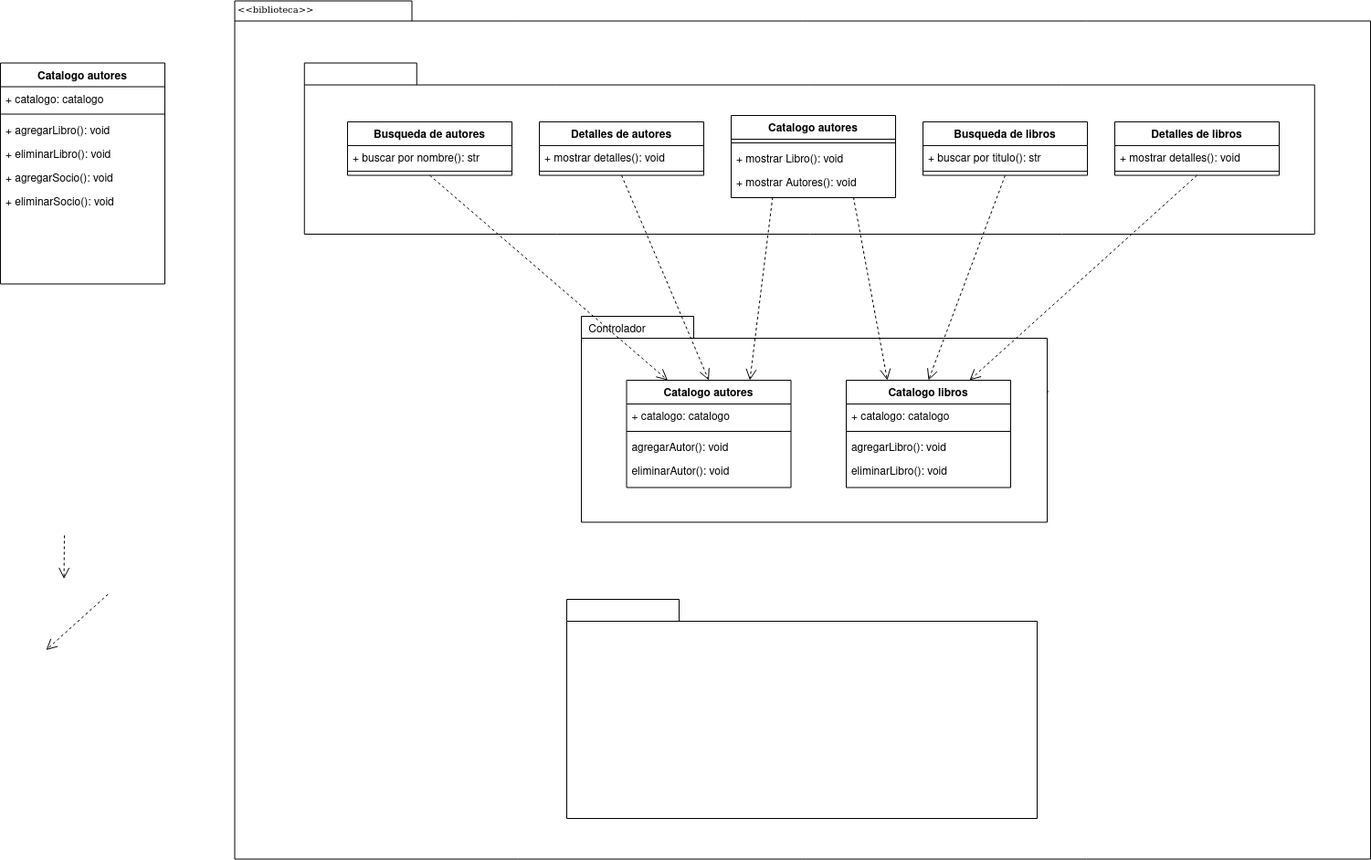
Before: diagramas/tarea2 (biblioteca)/diagrama_paquete_gestion_biblioteca.png, a diagram exported from draw.io (Chugani05/entorno_de_desarrollo). Source tidied: cells renumbered, new cells last; positions are measured from the earlier drawing's top-left corner, leaving out a move shared by most shapes.
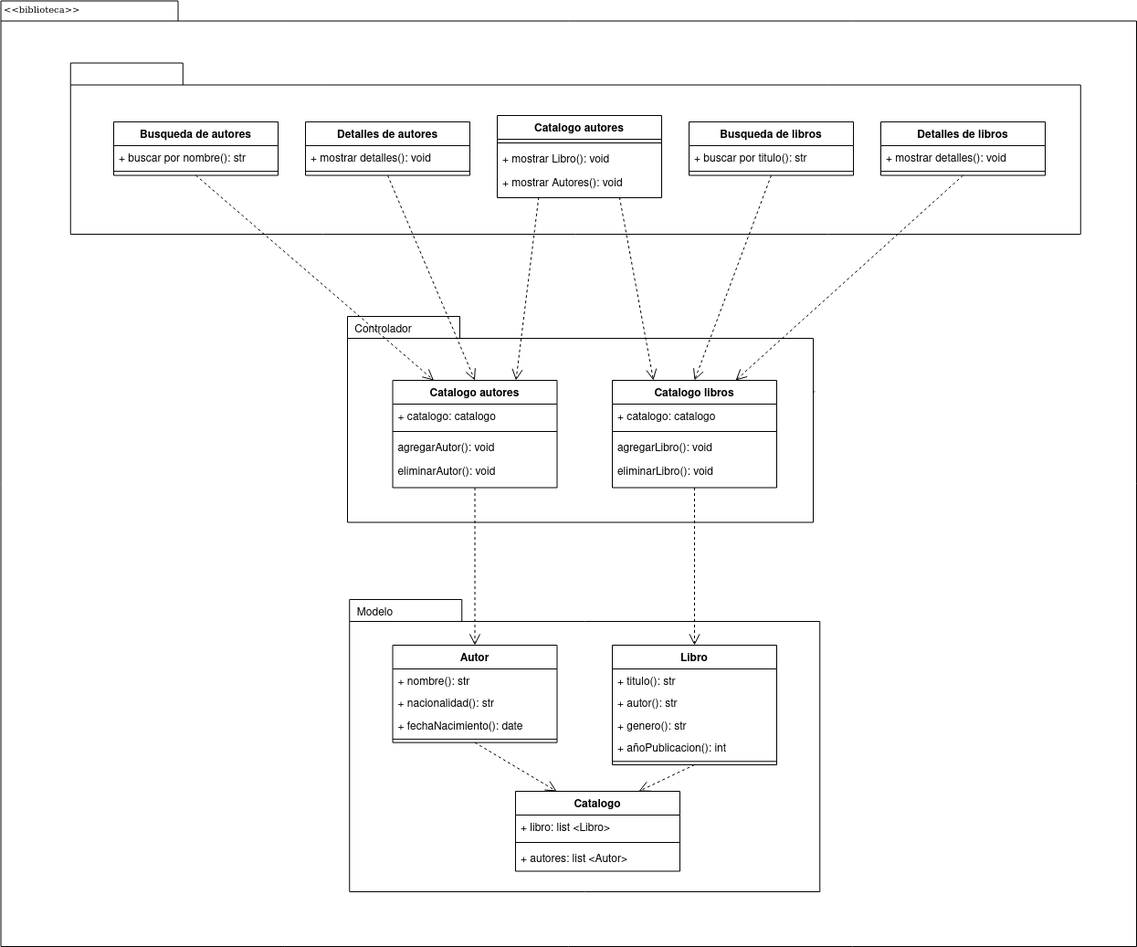
After the commit.

The edit, as a diff of the source:
```diff
@@ -3,7 +3,7 @@
     <mxCell id="0" />
     <mxCell id="1" parent="0" />
     <mxCell id="2" style="shape=folder;fontStyle=1;spacingTop=10;tabWidth=194;tabHeight=22;tabPosition=left;html=1;rounded=0;shadow=0;comic=0;labelBackgroundColor=none;strokeWidth=1;fillColor=none;fontFamily=Verdana;fontSize=10;align=center;" parent="1" vertex="1">
-      <mxGeometry x="256.5" y="0.5" width="1243.5" height="940" as="geometry" />
+      <mxGeometry x="256.5" y="0.5" width="1243.5" height="1035.5" as="geometry" />
     </mxCell>
     <mxCell id="3" style="group;" parent="1" vertex="1">
       <mxGeometry x="352.8" y="68.5" width="1086" height="187.5" as="geometry" />
@@ -48,20 +48,8 @@
       <mxGeometry y="50.4" width="180" height="7.5" as="geometry" />
     </mxCell>
     <mxCell id="17" style="shape=folder;fontStyle=1;spacingTop=10;tabWidth=123;tabHeight=24;tabPosition=left;html=1;rounded=0;shadow=0;comic=0;labelBackgroundColor=none;strokeColor=#000000;strokeWidth=1;fillColor=#ffffff;fontFamily=Verdana;fontSize=10;fontColor=#000000;align=center;" parent="1" vertex="1">
-      <mxGeometry x="620" y="656" width="515" height="240" as="geometry" />
+      <mxGeometry x="638.2" y="656" width="515" height="320" as="geometry" />
     </mxCell>
-    <mxCell id="18" style="edgeStyle=elbowEdgeStyle;rounded=0;html=1;entryX=0.559;entryY=0.251;entryPerimeter=0;dashed=1;labelBackgroundColor=none;startFill=0;endArrow=open;endFill=0;endSize=10;fontFamily=Verdana;fontSize=10;" parent="1" edge="1">
-      <mxGeometry relative="1" as="geometry">
-        <mxPoint x="70" y="586" as="sourcePoint" />
-        <mxPoint x="70.1" y="633.6" as="targetPoint" />
-      </mxGeometry>
-    </mxCell>
-    <mxCell id="19" style="edgeStyle=none;rounded=0;html=1;dashed=1;labelBackgroundColor=none;startFill=0;endArrow=open;endFill=0;endSize=10;fontFamily=Verdana;fontSize=10;entryX=1.013;entryY=0.444;entryPerimeter=0;" parent="1" edge="1">
-      <mxGeometry relative="1" as="geometry">
-        <mxPoint x="117.7" y="650.5" as="sourcePoint" />
-        <mxPoint x="50" y="711.5" as="targetPoint" />
-      </mxGeometry>
-    </mxCell>
     <mxCell id="20" style="edgeStyle=none;rounded=0;html=1;dashed=1;labelBackgroundColor=none;startFill=0;endArrow=open;endFill=0;endSize=10;fontFamily=Verdana;fontSize=10;exitX=1.003;exitY=0.363;exitPerimeter=0;" parent="1" edge="1" source="21">
       <mxGeometry relative="1" as="geometry">
         <mxPoint x="1035.5" y="548.4" as="targetPoint" />
@@ -88,27 +76,18 @@
     <mxCell id="27" value="eliminarAutor(): void" style="text;align=left;verticalAlign=top;spacingLeft=4;spacingRight=4;overflow=hidden;rounded=0;shadow=0;html=0;" parent="23" vertex="1">
       <mxGeometry y="86" width="180" height="26" as="geometry" />
     </mxCell>
-    <mxCell id="28" value="Catalogo autores" style="swimlane;fontStyle=1;align=center;verticalAlign=top;horizontal=1;startSize=26;rounded=0;shadow=0;strokeWidth=1;" parent="1" vertex="1">
-      <mxGeometry y="68.5" width="180" height="242" as="geometry" />
+    <mxCell id="28" value="Catalogo" style="swimlane;fontStyle=1;align=center;verticalAlign=top;horizontal=1;startSize=26;rounded=0;shadow=0;strokeWidth=1;" parent="1" vertex="1">
+      <mxGeometry x="820" y="866" width="180" height="87.5" as="geometry" />
     </mxCell>
-    <mxCell id="29" value="+ catalogo: catalogo" style="text;align=left;verticalAlign=top;spacingLeft=4;spacingRight=4;overflow=hidden;" parent="28" vertex="1">
+    <mxCell id="29" value="+ libro: list &lt;Libro&gt;" style="text;align=left;verticalAlign=top;spacingLeft=4;spacingRight=4;overflow=hidden;" parent="28" vertex="1">
       <mxGeometry y="26" width="180" height="26" as="geometry" />
     </mxCell>
     <mxCell id="30" style="line;html=1;strokeWidth=1;align=left;verticalAlign=middle;spacingTop=-1;spacingLeft=3;spacingRight=3;labelPosition=right;" parent="28" vertex="1">
       <mxGeometry y="52" width="180" height="8" as="geometry" />
     </mxCell>
-    <mxCell id="31" value="+ agregarLibro(): void" style="text;align=left;verticalAlign=top;spacingLeft=4;spacingRight=4;overflow=hidden;rounded=0;shadow=0;html=0;" parent="28" vertex="1">
+    <mxCell id="31" value="+ autores: list &lt;Autor&gt;" style="text;align=left;verticalAlign=top;spacingLeft=4;spacingRight=4;overflow=hidden;rounded=0;shadow=0;html=0;" parent="28" vertex="1">
       <mxGeometry y="60" width="180" height="26" as="geometry" />
     </mxCell>
-    <mxCell id="32" value="+ eliminarLibro(): void" style="text;align=left;verticalAlign=top;spacingLeft=4;spacingRight=4;overflow=hidden;rounded=0;shadow=0;html=0;" parent="28" vertex="1">
-      <mxGeometry y="86" width="180" height="26" as="geometry" />
-    </mxCell>
-    <mxCell id="33" value="+ agregarSocio(): void" style="text;align=left;verticalAlign=top;spacingLeft=4;spacingRight=4;overflow=hidden;rounded=0;shadow=0;html=0;" parent="28" vertex="1">
-      <mxGeometry y="112" width="180" height="26" as="geometry" />
-    </mxCell>
-    <mxCell id="34" value="+ eliminarSocio(): void" style="text;align=left;verticalAlign=top;spacingLeft=4;spacingRight=4;overflow=hidden;rounded=0;shadow=0;html=0;" parent="28" vertex="1">
-      <mxGeometry y="138" width="180" height="26" as="geometry" />
-    </mxCell>
     <mxCell id="35" value="Catalogo libros" style="swimlane;fontStyle=1;align=center;verticalAlign=top;horizontal=1;startSize=26;rounded=0;shadow=0;strokeWidth=1;" parent="1" vertex="1">
       <mxGeometry x="926" y="416" width="180" height="117.5" as="geometry" />
     </mxCell>
@@ -157,5 +136,53 @@
     <mxCell id="50" style="edgeStyle=none;rounded=0;html=1;dashed=1;labelBackgroundColor=none;startFill=0;endArrow=open;endFill=0;endSize=10;fontFamily=Verdana;fontSize=10;entryX=0.75;entryY=0;entryDx=0;entryDy=0;exitX=0.5;exitY=1;exitDx=0;exitDy=0;" parent="1" edge="1" source="14" target="35">
       <mxGeometry relative="1" as="geometry" />
     </mxCell>
+    <mxCell id="51" value="Autor&#10;" style="swimlane;fontStyle=1;align=center;verticalAlign=top;horizontal=1;startSize=26;rounded=0;shadow=0;strokeWidth=1;" parent="1" vertex="1">
+      <mxGeometry x="685.5" y="706" width="180" height="106.6" as="geometry" />
+    </mxCell>
+    <mxCell id="52" value="+ nombre(): str" style="text;align=left;verticalAlign=top;spacingLeft=4;spacingRight=4;overflow=hidden;" parent="51" vertex="1">
+      <mxGeometry y="26" width="180" height="24.4" as="geometry" />
+    </mxCell>
+    <mxCell id="53" value="+ nacionalidad(): str" style="text;align=left;verticalAlign=top;spacingLeft=4;spacingRight=4;overflow=hidden;" parent="51" vertex="1">
+      <mxGeometry y="50.4" width="180" height="24.4" as="geometry" />
+    </mxCell>
+    <mxCell id="54" value="+ fechaNacimiento(): date" style="text;align=left;verticalAlign=top;spacingLeft=4;spacingRight=4;overflow=hidden;" parent="51" vertex="1">
+      <mxGeometry y="74.8" width="180" height="24.4" as="geometry" />
+    </mxCell>
+    <mxCell id="55" style="line;html=1;strokeWidth=1;align=left;verticalAlign=middle;spacingTop=-1;spacingLeft=3;spacingRight=3;labelPosition=right;" parent="51" vertex="1">
+      <mxGeometry y="99.1" width="180" height="7.5" as="geometry" />
+    </mxCell>
+    <mxCell id="56" value="Libro" style="swimlane;fontStyle=1;align=center;verticalAlign=top;horizontal=1;startSize=26;rounded=0;shadow=0;strokeWidth=1;" parent="1" vertex="1">
+      <mxGeometry x="926" y="706" width="180" height="131" as="geometry" />
+    </mxCell>
+    <mxCell id="57" value="+ titulo(): str" style="text;align=left;verticalAlign=top;spacingLeft=4;spacingRight=4;overflow=hidden;" parent="56" vertex="1">
+      <mxGeometry y="26" width="180" height="24.4" as="geometry" />
+    </mxCell>
+    <mxCell id="58" value="+ autor(): str" style="text;align=left;verticalAlign=top;spacingLeft=4;spacingRight=4;overflow=hidden;" parent="56" vertex="1">
+      <mxGeometry y="50.4" width="180" height="24.4" as="geometry" />
+    </mxCell>
+    <mxCell id="59" value="+ genero(): str" style="text;align=left;verticalAlign=top;spacingLeft=4;spacingRight=4;overflow=hidden;" parent="56" vertex="1">
+      <mxGeometry y="74.8" width="180" height="24.4" as="geometry" />
+    </mxCell>
+    <mxCell id="60" value="+ añoPublicacion(): int" style="text;align=left;verticalAlign=top;spacingLeft=4;spacingRight=4;overflow=hidden;" parent="56" vertex="1">
+      <mxGeometry y="99.1" width="180" height="24.4" as="geometry" />
+    </mxCell>
+    <mxCell id="61" style="line;html=1;strokeWidth=1;align=left;verticalAlign=middle;spacingTop=-1;spacingLeft=3;spacingRight=3;labelPosition=right;" parent="56" vertex="1">
+      <mxGeometry y="123.5" width="180" height="7.5" as="geometry" />
+    </mxCell>
+    <mxCell id="62" style="edgeStyle=none;rounded=0;html=1;dashed=1;labelBackgroundColor=none;startFill=0;endArrow=open;endFill=0;endSize=10;fontFamily=Verdana;fontSize=10;entryX=0.5;entryY=0;exitX=0.5;exitY=1;exitDx=0;exitDy=0;entryDx=0;entryDy=0;" parent="1" edge="1" source="35" target="56">
+      <mxGeometry relative="1" as="geometry" />
+    </mxCell>
+    <mxCell id="19" style="edgeStyle=none;rounded=0;html=1;dashed=1;labelBackgroundColor=none;startFill=0;endArrow=open;endFill=0;endSize=10;fontFamily=Verdana;fontSize=10;entryX=0.5;entryY=0;exitX=0.5;exitY=1;exitDx=0;exitDy=0;entryDx=0;entryDy=0;" parent="1" edge="1" source="23" target="51">
+      <mxGeometry relative="1" as="geometry" />
+    </mxCell>
+    <mxCell id="63" value="Modelo" style="text;html=1;align=center;verticalAlign=middle;strokeColor=none;fillColor=none;" parent="1" vertex="1">
+      <mxGeometry x="636" y="656" width="60" height="30" as="geometry" />
+    </mxCell>
+    <mxCell id="64" style="edgeStyle=none;rounded=0;html=1;dashed=1;labelBackgroundColor=none;startFill=0;endArrow=open;endFill=0;endSize=10;fontFamily=Verdana;fontSize=10;entryX=0.25;entryY=0;exitX=0.5;exitY=1;exitDx=0;exitDy=0;entryDx=0;entryDy=0;" parent="1" edge="1" source="51" target="28">
+      <mxGeometry relative="1" as="geometry" />
+    </mxCell>
+    <mxCell id="65" style="edgeStyle=none;rounded=0;html=1;dashed=1;labelBackgroundColor=none;startFill=0;endArrow=open;endFill=0;endSize=10;fontFamily=Verdana;fontSize=10;entryX=0.75;entryY=0;exitX=0.5;exitY=1;exitDx=0;exitDy=0;entryDx=0;entryDy=0;" parent="1" edge="1" source="56" target="28">
+      <mxGeometry relative="1" as="geometry" />
+    </mxCell>
   </root>
 </mxGraphModel>
```
